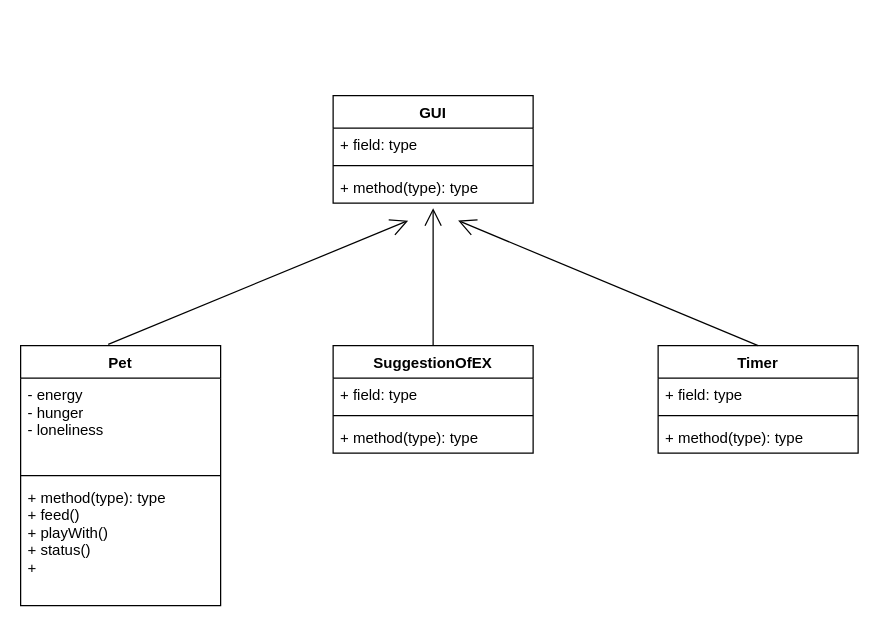
This is Untitled Diagram.drawio from ponbenq/ponbenq, a draw.io file, before an edit. Source tidied: cells renumbered, new cells numbered last; positions are measured from the earlier drawing's top-left corner, leaving out a move shared by most shapes. Both pictures are drawn from the tidied source at 125%, with x=0, y=0 at pixel (20, 95).
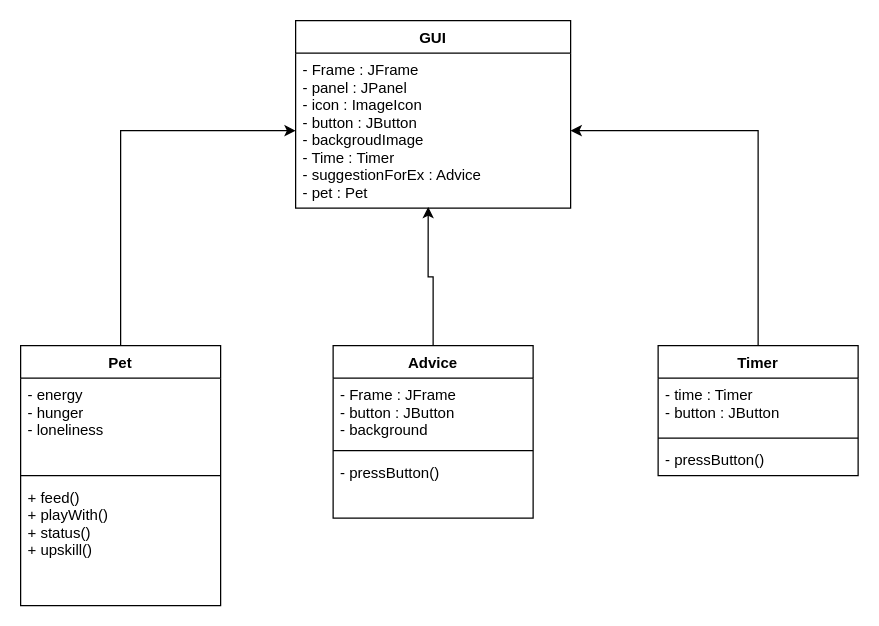
Above is the later version.

Unchanged cells that the change refers to:
```xml
<mxCell id="2" value="Pet" style="swimlane;fontStyle=1;align=center;verticalAlign=top;horizontal=1;startSize=26;strokeWidth=1;" parent="1" vertex="1">
  <mxGeometry y="200" width="160" height="208" as="geometry" />
</mxCell>
```

What changed in the source:
```diff
@@
+    <mxCell id="21" style="edgeStyle=orthogonalEdgeStyle;rounded=0;jettySize=auto;html=1;" parent="1" edge="1" source="2" target="15">
+      <mxGeometry relative="1" as="geometry" />
+    </mxCell>
@@
-    <mxCell id="5" value="+ method(type): type&#10;+ feed()&#10;+ playWith()&#10;+ status()&#10;+" style="text;strokeColor=none;fillColor=none;align=left;verticalAlign=top;spacingLeft=4;spacingRight=4;overflow=hidden;" parent="2" vertex="1">
+    <mxCell id="5" value="+ feed()&#10;+ playWith()&#10;+ status()&#10;+ upskill()" style="text;strokeColor=none;fillColor=none;align=left;verticalAlign=top;spacingLeft=4;spacingRight=4;overflow=hidden;" parent="2" vertex="1">
       <mxGeometry y="108" width="160" height="100" as="geometry" />
     </mxCell>
+    <mxCell id="22" style="edgeStyle=orthogonalEdgeStyle;rounded=0;jettySize=auto;html=1;entryX=1;entryY=0.5;entryDx=0;entryDy=0;" parent="1" edge="1" source="6" target="15">
+      <mxGeometry relative="1" as="geometry" />
+    </mxCell>
     <mxCell id="6" value="Timer" style="swimlane;fontStyle=1;align=center;verticalAlign=top;horizontal=1;startSize=26;strokeWidth=1;" parent="1" vertex="1">
-      <mxGeometry x="510" y="200" width="160" height="86" as="geometry" />
+      <mxGeometry x="510" y="200" width="160" height="104" as="geometry" />
     </mxCell>
-    <mxCell id="7" value="+ field: type" style="text;strokeColor=none;fillColor=none;align=left;verticalAlign=top;spacingLeft=4;spacingRight=4;overflow=hidden;" parent="6" vertex="1">
-      <mxGeometry y="26" width="160" height="26" as="geometry" />
+    <mxCell id="7" value="- time : Timer&#10;- button : JButton&#10;" style="text;strokeColor=none;fillColor=none;align=left;verticalAlign=top;spacingLeft=4;spacingRight=4;overflow=hidden;" parent="6" vertex="1">
+      <mxGeometry y="26" width="160" height="44" as="geometry" />
     </mxCell>
     <mxCell id="8" style="line;strokeWidth=1;fillColor=none;align=left;verticalAlign=middle;spacingTop=-1;spacingLeft=3;spacingRight=3;labelPosition=right;" parent="6" vertex="1">
-      <mxGeometry y="52" width="160" height="8" as="geometry" />
+      <mxGeometry y="70" width="160" height="8" as="geometry" />
     </mxCell>
-    <mxCell id="9" value="+ method(type): type" style="text;strokeColor=none;fillColor=none;align=left;verticalAlign=top;spacingLeft=4;spacingRight=4;overflow=hidden;" parent="6" vertex="1">
-      <mxGeometry y="60" width="160" height="26" as="geometry" />
+    <mxCell id="9" value="- pressButton()" style="text;strokeColor=none;fillColor=none;align=left;verticalAlign=top;spacingLeft=4;spacingRight=4;overflow=hidden;" parent="6" vertex="1">
+      <mxGeometry y="78" width="160" height="26" as="geometry" />
     </mxCell>
+    <mxCell id="23" style="edgeStyle=orthogonalEdgeStyle;rounded=0;jettySize=auto;html=1;entryX=0.482;entryY=0.992;entryDx=0;entryDy=0;entryPerimeter=0;" parent="1" edge="1" source="10" target="15">
+      <mxGeometry relative="1" as="geometry" />
+    </mxCell>
-    <mxCell id="10" value="SuggestionOfEX" style="swimlane;fontStyle=1;align=center;verticalAlign=top;horizontal=1;startSize=26;strokeWidth=1;" parent="1" vertex="1">
-      <mxGeometry x="250" y="200" width="160" height="86" as="geometry" />
+    <mxCell id="10" value="Advice" style="swimlane;fontStyle=1;align=center;verticalAlign=top;horizontal=1;startSize=26;strokeWidth=1;" parent="1" vertex="1">
+      <mxGeometry x="250" y="200" width="160" height="138" as="geometry" />
     </mxCell>
-    <mxCell id="11" value="+ field: type" style="text;strokeColor=none;fillColor=none;align=left;verticalAlign=top;spacingLeft=4;spacingRight=4;overflow=hidden;" parent="10" vertex="1">
-      <mxGeometry y="26" width="160" height="26" as="geometry" />
+    <mxCell id="11" value="- Frame : JFrame&#10;- button : JButton&#10;- background&#10;&#10;" style="text;strokeColor=none;fillColor=none;align=left;verticalAlign=top;spacingLeft=4;spacingRight=4;overflow=hidden;" parent="10" vertex="1">
+      <mxGeometry y="26" width="160" height="54" as="geometry" />
     </mxCell>
     <mxCell id="12" style="line;strokeWidth=1;fillColor=none;align=left;verticalAlign=middle;spacingTop=-1;spacingLeft=3;spacingRight=3;labelPosition=right;" parent="10" vertex="1">
-      <mxGeometry y="52" width="160" height="8" as="geometry" />
+      <mxGeometry y="80" width="160" height="8" as="geometry" />
     </mxCell>
-    <mxCell id="13" value="+ method(type): type" style="text;strokeColor=none;fillColor=none;align=left;verticalAlign=top;spacingLeft=4;spacingRight=4;overflow=hidden;" parent="10" vertex="1">
-      <mxGeometry y="60" width="160" height="26" as="geometry" />
+    <mxCell id="13" value="- pressButton()" style="text;strokeColor=none;fillColor=none;align=left;verticalAlign=top;spacingLeft=4;spacingRight=4;overflow=hidden;" parent="10" vertex="1">
+      <mxGeometry y="88" width="160" height="50" as="geometry" />
     </mxCell>
     <mxCell id="14" value="GUI&#10;" style="swimlane;fontStyle=1;align=center;verticalAlign=top;horizontal=1;startSize=26;strokeWidth=1;" parent="1" vertex="1">
-      <mxGeometry x="250" width="160" height="86" as="geometry" />
+      <mxGeometry x="220" y="-60" width="220" height="150" as="geometry" />
     </mxCell>
-    <mxCell id="15" value="+ field: type" style="text;strokeColor=none;fillColor=none;align=left;verticalAlign=top;spacingLeft=4;spacingRight=4;overflow=hidden;points=[[0,0.5],[1,0.5]];portConstraint=eastwest;" parent="14" vertex="1">
-      <mxGeometry y="26" width="160" height="26" as="geometry" />
+    <mxCell id="15" value="- Frame : JFrame&#10;- panel : JPanel&#10;- icon : ImageIcon&#10;- button : JButton&#10;- backgroudImage&#10;- Time : Timer&#10;- suggestionForEx : Advice&#10;- pet : Pet" style="text;strokeColor=none;fillColor=none;align=left;verticalAlign=top;spacingLeft=4;spacingRight=4;overflow=hidden;points=[[0,0.5],[1,0.5]];portConstraint=eastwest;" parent="14" vertex="1">
+      <mxGeometry y="26" width="220" height="124" as="geometry" />
     </mxCell>
-    <mxCell id="16" style="line;strokeWidth=1;fillColor=none;align=left;verticalAlign=middle;spacingTop=-1;spacingLeft=3;spacingRight=3;labelPosition=right;" parent="14" vertex="1">
-      <mxGeometry y="52" width="160" height="8" as="geometry" />
-    </mxCell>
-    <mxCell id="17" value="+ method(type): type" style="text;strokeColor=none;fillColor=none;align=left;verticalAlign=top;spacingLeft=4;spacingRight=4;overflow=hidden;" parent="14" vertex="1">
-      <mxGeometry y="60" width="160" height="26" as="geometry" />
-    </mxCell>
-    <mxCell id="18" style="endArrow=open;endFill=1;endSize=12;html=1;rounded=0;exitX=0.438;exitY=-0.005;exitDx=0;exitDy=0;exitPerimeter=0;" parent="1" edge="1" source="2">
-      <mxGeometry relative="1" as="geometry">
-        <mxPoint x="310" y="100" as="targetPoint" />
-      </mxGeometry>
-    </mxCell>
-    <mxCell id="19" style="endArrow=open;endFill=1;endSize=12;html=1;rounded=0;exitX=0.5;exitY=0;exitDx=0;exitDy=0;" parent="1" edge="1" source="10">
-      <mxGeometry relative="1" as="geometry">
-        <mxPoint x="330" y="90" as="targetPoint" />
-      </mxGeometry>
-    </mxCell>
-    <mxCell id="20" style="endArrow=open;endFill=1;endSize=12;html=1;rounded=0;exitX=0.5;exitY=0;exitDx=0;exitDy=0;" parent="1" edge="1" source="6">
-      <mxGeometry relative="1" as="geometry">
-        <mxPoint x="350" y="100" as="targetPoint" />
-      </mxGeometry>
-    </mxCell>
```
